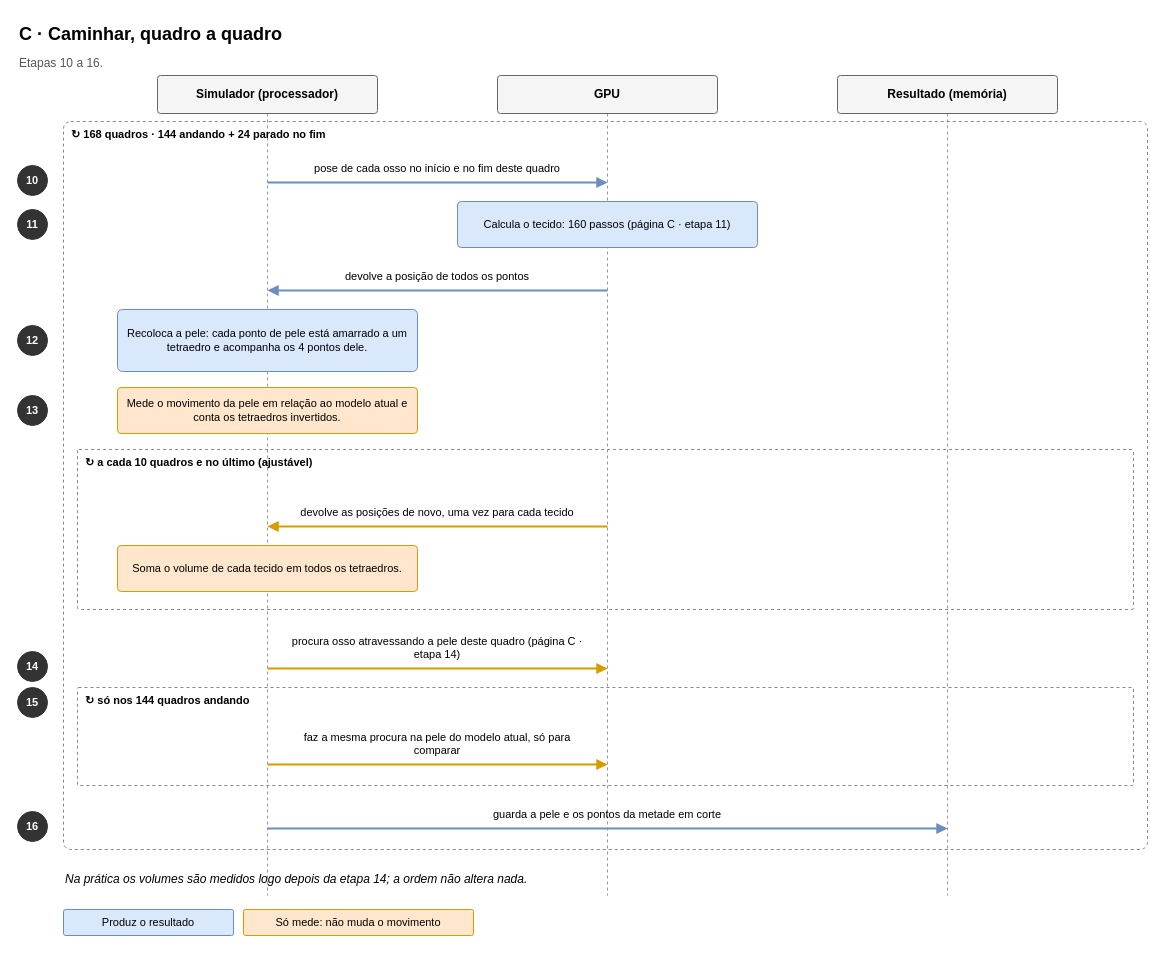
Earlier version of the draw.io diagram page "C · Caminhar, quadro a quadro" (3 of 6) of human-model/docs/diagrams/02_sequencias_da_simulacao.drawio (rafaelchiafarelli/mocap-studio). Source tidied: cells renumbered, new cells numbered last; positions are measured from the earlier drawing's top-left corner, leaving out a move shared by most shapes. Both pictures are drawn from the tidied source at 100%, with x=0, y=0 at pixel (17, 17).
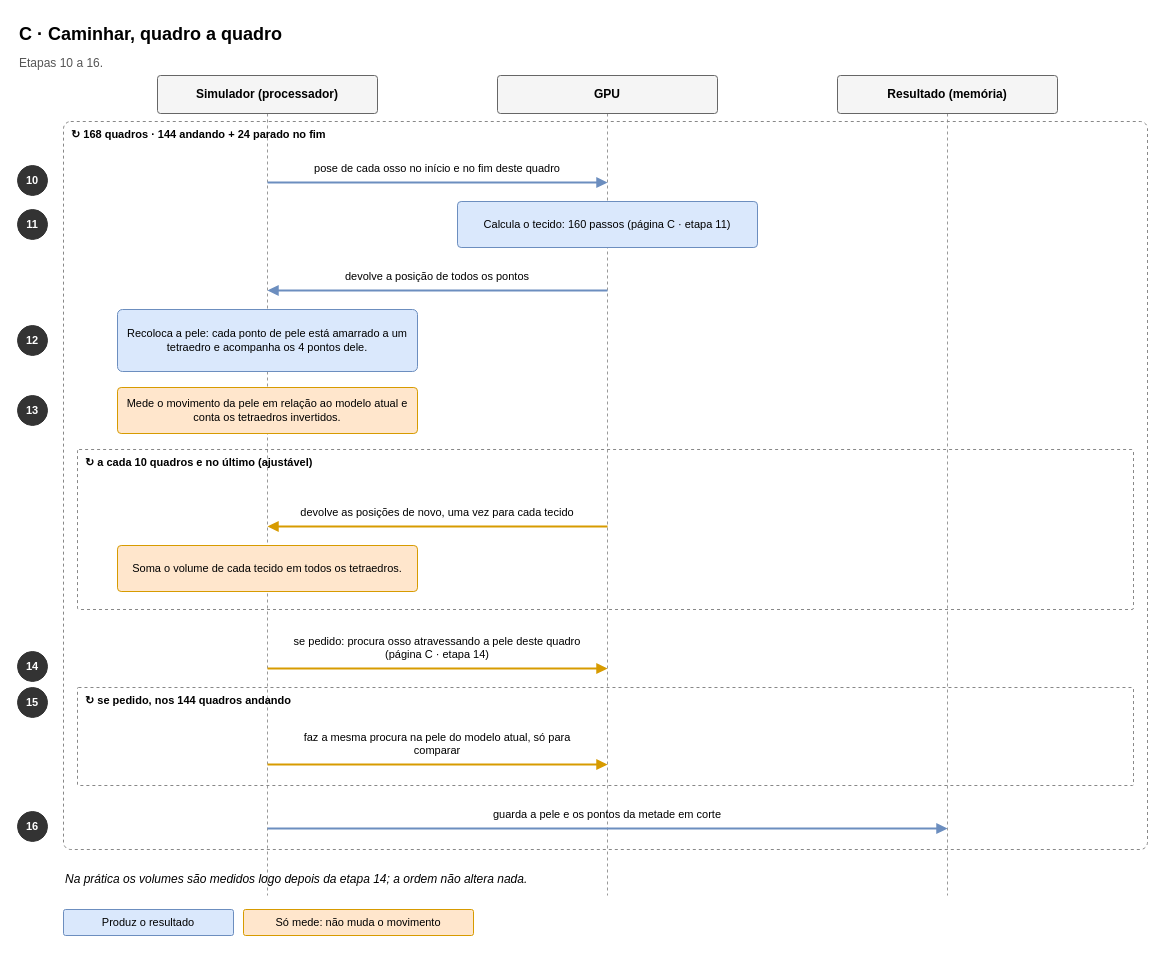
After the change.

Change to the diagram source:
```diff
@@
-    <mxCell id="11" value="&lt;b&gt;↻ só nos 144 quadros andando&lt;/b&gt;" style="rounded=1;arcSize=1;whiteSpace=wrap;html=1;fontSize=11;align=left;verticalAlign=top;spacingLeft=6;fillColor=none;strokeColor=#888888;dashed=1;" parent="1" vertex="1">
+    <mxCell id="11" value="&lt;b&gt;↻ se pedido, nos 144 quadros andando&lt;/b&gt;" style="rounded=1;arcSize=1;whiteSpace=wrap;html=1;fontSize=11;align=left;verticalAlign=top;spacingLeft=6;fillColor=none;strokeColor=#888888;dashed=1;" parent="1" vertex="1">
       <mxGeometry x="60" y="670" width="1056" height="98" as="geometry" />
     </mxCell>
@@
-    <mxCell id="28" value="procura osso atravessando a pele deste quadro (página C · etapa 14)" style="text;html=1;whiteSpace=wrap;align=center;verticalAlign=bottom;fontSize=11;" parent="1" vertex="1">
+    <mxCell id="28" value="se pedido: procura osso atravessando a pele deste quadro (página C · etapa 14)" style="text;html=1;whiteSpace=wrap;align=center;verticalAlign=bottom;fontSize=11;" parent="1" vertex="1">
       <mxGeometry x="262" y="608" width="316" height="38" as="geometry" />
     </mxCell>
```
